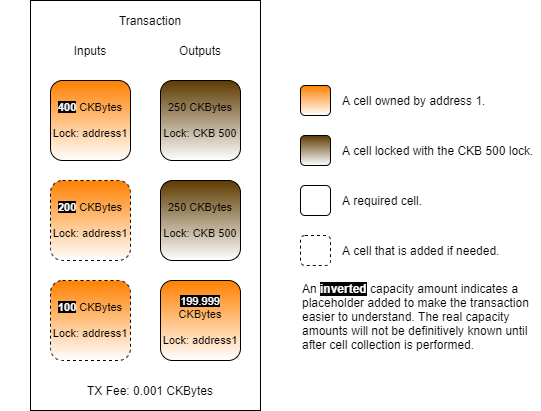
jordanmack/developer-training-course-documentation keeps this draw.io diagram as .gitbook/assets/create-transaction-structure.png. Above is the earlier version. Source tidied: cells renumbered, new cells last; positions are measured from the earlier drawing's top-left corner, leaving out a move shared by most shapes.
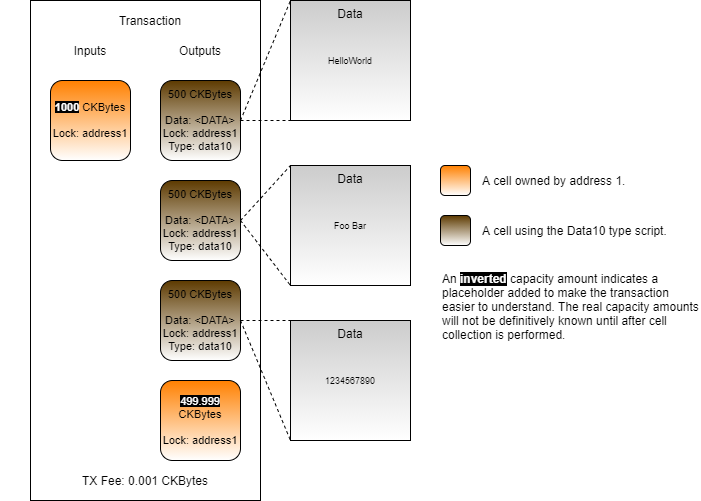
Above is the later version.

The edit, as a diff of the source:
```diff
@@ -3,64 +3,85 @@
     <mxCell id="0" />
     <mxCell id="1" parent="0" />
     <mxCell id="2" style="rounded=0;whiteSpace=wrap;html=1;" parent="1" vertex="1">
-      <mxGeometry x="30" width="230" height="410" as="geometry" />
+      <mxGeometry x="-110" y="-70" width="230" height="500" as="geometry" />
     </mxCell>
     <mxCell id="3" value="Transaction" style="text;html=1;strokeColor=none;fillColor=none;align=center;verticalAlign=middle;whiteSpace=wrap;rounded=0;" parent="1" vertex="1">
-      <mxGeometry y="10" width="300" height="20" as="geometry" />
+      <mxGeometry x="-140" y="-60" width="300" height="20" as="geometry" />
     </mxCell>
     <mxCell id="4" value="Inputs" style="text;html=1;strokeColor=none;fillColor=none;align=center;verticalAlign=middle;whiteSpace=wrap;rounded=0;" parent="1" vertex="1">
-      <mxGeometry x="55" y="40" width="70" height="20" as="geometry" />
+      <mxGeometry x="-85" y="-30" width="70" height="20" as="geometry" />
     </mxCell>
     <mxCell id="5" value="Outputs" style="text;html=1;strokeColor=none;fillColor=none;align=center;verticalAlign=middle;whiteSpace=wrap;rounded=0;" parent="1" vertex="1">
-      <mxGeometry x="165" y="40" width="70" height="20" as="geometry" />
+      <mxGeometry x="25" y="-30" width="70" height="20" as="geometry" />
     </mxCell>
     <mxCell id="6" value="TX Fee: 0.001 CKBytes" style="text;html=1;strokeColor=none;fillColor=none;align=center;verticalAlign=middle;whiteSpace=wrap;rounded=0;" parent="1" vertex="1">
-      <mxGeometry x="50" y="380" width="200" height="20" as="geometry" />
+      <mxGeometry x="-95" y="400" width="200" height="20" as="geometry" />
     </mxCell>
-    <mxCell id="7" value="250 CKBytes&lt;br&gt;&lt;br&gt;Lock: CKB 500" style="rounded=1;whiteSpace=wrap;html=1;fontSize=11;gradientColor=#ffffff;fillColor=#5D3A00;" parent="1" vertex="1">
-      <mxGeometry x="160" y="80" width="80" height="80" as="geometry" />
+    <mxCell id="7" value="500 CKBytes&lt;br&gt;&lt;br&gt;Data: &amp;lt;DATA&amp;gt;&lt;br&gt;Lock: address1&lt;br&gt;Type: data10" style="rounded=1;whiteSpace=wrap;html=1;fontSize=11;gradientColor=#ffffff;fillColor=#5D3A00;" parent="1" vertex="1">
+      <mxGeometry x="20" y="10" width="80" height="80" as="geometry" />
     </mxCell>
-    <mxCell id="8" value="&lt;b&gt;&lt;font style=&quot;background-color: rgb(0 , 0 , 0)&quot; color=&quot;#ffffff&quot;&gt;400&lt;/font&gt;&lt;/b&gt;&amp;nbsp;CKBytes&lt;br&gt;&lt;br&gt;Lock: address1" style="rounded=1;whiteSpace=wrap;html=1;fontSize=11;gradientColor=#ffffff;fillColor=#FF8000;" parent="1" vertex="1">
-      <mxGeometry x="50" y="80" width="80" height="80" as="geometry" />
+    <mxCell id="8" value="&lt;b&gt;&lt;font style=&quot;background-color: rgb(0 , 0 , 0)&quot; color=&quot;#ffffff&quot;&gt;1000&lt;/font&gt;&lt;/b&gt;&amp;nbsp;CKBytes&lt;br&gt;&lt;br&gt;Lock: address1" style="rounded=1;whiteSpace=wrap;html=1;fontSize=11;gradientColor=#ffffff;fillColor=#FF8000;" parent="1" vertex="1">
+      <mxGeometry x="-90" y="10" width="80" height="80" as="geometry" />
     </mxCell>
-    <mxCell id="9" value="250 CKBytes&lt;br&gt;&lt;br&gt;Lock: CKB 500" style="rounded=1;whiteSpace=wrap;html=1;fontSize=11;gradientColor=#ffffff;fillColor=#5D3A00;" parent="1" vertex="1">
-      <mxGeometry x="160" y="180" width="80" height="80" as="geometry" />
-    </mxCell>
-    <mxCell id="10" value="&lt;font color=&quot;#ffffff&quot; style=&quot;background-color: rgb(0 , 0 , 0)&quot;&gt;199.999&lt;/font&gt; CKBytes&lt;br&gt;&lt;br&gt;Lock: address1" style="rounded=1;whiteSpace=wrap;html=1;fontSize=11;gradientColor=#ffffff;fillColor=#FF8000;" parent="1" vertex="1">
-      <mxGeometry x="160" y="280" width="80" height="80" as="geometry" />
+    <mxCell id="10" value="&lt;font color=&quot;#ffffff&quot; style=&quot;background-color: rgb(0 , 0 , 0)&quot;&gt;499.999&lt;/font&gt; CKBytes&lt;br&gt;&lt;br&gt;Lock: address1" style="rounded=1;whiteSpace=wrap;html=1;fontSize=11;gradientColor=#ffffff;fillColor=#FF8000;" parent="1" vertex="1">
+      <mxGeometry x="20" y="310" width="80" height="80" as="geometry" />
     </mxCell>
     <mxCell id="11" style="rounded=1;whiteSpace=wrap;html=1;gradientColor=#ffffff;fillColor=#5D3A00;" parent="1" vertex="1">
-      <mxGeometry x="300" y="135" width="30" height="30" as="geometry" />
+      <mxGeometry x="300" y="145" width="30" height="30" as="geometry" />
     </mxCell>
     <mxCell id="12" style="rounded=1;whiteSpace=wrap;html=1;gradientColor=#ffffff;fillColor=#FF8000;" parent="1" vertex="1">
-      <mxGeometry x="300" y="85" width="30" height="30" as="geometry" />
+      <mxGeometry x="300" y="95" width="30" height="30" as="geometry" />
     </mxCell>
-    <mxCell id="13" style="rounded=1;whiteSpace=wrap;html=1;gradientColor=#ffffff;fillColor=none;" parent="1" vertex="1">
-      <mxGeometry x="300" y="185" width="30" height="30" as="geometry" />
-    </mxCell>
-    <mxCell id="14" style="rounded=1;whiteSpace=wrap;html=1;gradientColor=#ffffff;fillColor=none;dashed=1;" parent="1" vertex="1">
-      <mxGeometry x="300" y="235" width="30" height="30" as="geometry" />
-    </mxCell>
     <mxCell id="15" value="A cell owned by address 1." style="text;html=1;strokeColor=none;fillColor=none;align=left;verticalAlign=middle;whiteSpace=wrap;rounded=0;dashed=1;" parent="1" vertex="1">
-      <mxGeometry x="340" y="90" width="200" height="20" as="geometry" />
+      <mxGeometry x="340" y="100" width="220" height="20" as="geometry" />
     </mxCell>
-    <mxCell id="16" value="A cell locked with the CKB 500 lock." style="text;html=1;strokeColor=none;fillColor=none;align=left;verticalAlign=middle;whiteSpace=wrap;rounded=0;dashed=1;" parent="1" vertex="1">
-      <mxGeometry x="340" y="140" width="200" height="20" as="geometry" />
+    <mxCell id="16" value="A cell using the Data10 type script." style="text;html=1;strokeColor=none;fillColor=none;align=left;verticalAlign=middle;whiteSpace=wrap;rounded=0;dashed=1;" parent="1" vertex="1">
+      <mxGeometry x="340" y="150" width="220" height="20" as="geometry" />
     </mxCell>
-    <mxCell id="17" value="A required cell." style="text;html=1;strokeColor=none;fillColor=none;align=left;verticalAlign=middle;whiteSpace=wrap;rounded=0;dashed=1;" parent="1" vertex="1">
-      <mxGeometry x="340" y="190" width="200" height="20" as="geometry" />
-    </mxCell>
-    <mxCell id="18" value="A cell that is added if needed." style="text;html=1;strokeColor=none;fillColor=none;align=left;verticalAlign=middle;whiteSpace=wrap;rounded=0;dashed=1;" parent="1" vertex="1">
-      <mxGeometry x="340" y="240" width="200" height="20" as="geometry" />
-    </mxCell>
     <mxCell id="19" value="An&amp;nbsp;&lt;b&gt;&lt;font color=&quot;#ffffff&quot; style=&quot;background-color: rgb(0 , 0 , 0)&quot;&gt;inverted&lt;/font&gt;&lt;font color=&quot;#7f00ff&quot;&gt;&amp;nbsp;&lt;/font&gt;&lt;/b&gt;capacity amount indicates a placeholder added to make the transaction easier to understand. The real capacity amounts will not be definitively known until after cell collection is performed." style="text;html=1;strokeColor=none;fillColor=none;align=left;verticalAlign=top;whiteSpace=wrap;rounded=0;dashed=1;" parent="1" vertex="1">
-      <mxGeometry x="300" y="275" width="240" height="80" as="geometry" />
+      <mxGeometry x="300" y="195" width="260" height="80" as="geometry" />
     </mxCell>
-    <mxCell id="20" value="&lt;b&gt;&lt;font style=&quot;background-color: rgb(0 , 0 , 0)&quot; color=&quot;#ffffff&quot;&gt;200&lt;/font&gt;&lt;/b&gt;&amp;nbsp;CKBytes&lt;br&gt;&lt;br&gt;Lock: address1" style="rounded=1;whiteSpace=wrap;html=1;fontSize=11;gradientColor=#ffffff;fillColor=#FF8000;dashed=1;" parent="1" vertex="1">
-      <mxGeometry x="50" y="180" width="80" height="80" as="geometry" />
-    </mxCell>
-    <mxCell id="21" value="&lt;b&gt;&lt;font style=&quot;background-color: rgb(0 , 0 , 0)&quot; color=&quot;#ffffff&quot;&gt;100&lt;/font&gt;&lt;/b&gt;&amp;nbsp;CKBytes&lt;br&gt;&lt;br&gt;Lock: address1" style="rounded=1;whiteSpace=wrap;html=1;fontSize=11;gradientColor=#ffffff;fillColor=#FF8000;dashed=1;" parent="1" vertex="1">
-      <mxGeometry x="50" y="280" width="80" height="80" as="geometry" />
-    </mxCell>
+    <mxCell id="22" value="&lt;div&gt;&lt;span&gt;Data&lt;/span&gt;&lt;/div&gt;" style="rounded=0;whiteSpace=wrap;html=1;gradientColor=#ffffff;fillColor=#CCCCCC;verticalAlign=top;align=center;" parent="1" vertex="1">
+      <mxGeometry x="150" y="-70" width="120" height="120" as="geometry" />
+    </mxCell>
+    <mxCell id="23" style="endArrow=none;dashed=1;html=1;exitX=1;exitY=0.5;exitDx=0;exitDy=0;entryX=0;entryY=0;entryDx=0;entryDy=0;" parent="1" edge="1" source="7" target="22">
+      <mxGeometry relative="1" as="geometry" />
+    </mxCell>
+    <mxCell id="24" style="endArrow=none;dashed=1;html=1;exitX=1;exitY=0.5;exitDx=0;exitDy=0;entryX=0;entryY=1;entryDx=0;entryDy=0;" parent="1" edge="1" source="7" target="22">
+      <mxGeometry relative="1" as="geometry" />
+    </mxCell>
+    <mxCell id="25" value="&lt;div style=&quot;&quot;&gt;&lt;span&gt;HelloWorld&lt;/span&gt;&lt;/div&gt;" style="text;html=1;strokeColor=none;fillColor=none;align=center;verticalAlign=middle;whiteSpace=wrap;rounded=0;fontSize=9;" parent="1" vertex="1">
+      <mxGeometry x="160" y="-32.5" width="100" height="45" as="geometry" />
+    </mxCell>
+    <mxCell id="26" value="500 CKBytes&lt;br&gt;&lt;br&gt;Data: &amp;lt;DATA&amp;gt;&lt;br&gt;Lock: address1&lt;br&gt;Type: data10" style="rounded=1;whiteSpace=wrap;html=1;fontSize=11;gradientColor=#ffffff;fillColor=#5D3A00;" parent="1" vertex="1">
+      <mxGeometry x="20" y="210" width="80" height="80" as="geometry" />
+    </mxCell>
+    <mxCell id="27" value="&lt;div&gt;&lt;span&gt;Data&lt;/span&gt;&lt;/div&gt;" style="rounded=0;whiteSpace=wrap;html=1;gradientColor=#ffffff;fillColor=#CCCCCC;verticalAlign=top;align=center;" parent="1" vertex="1">
+      <mxGeometry x="150" y="250" width="120" height="120" as="geometry" />
+    </mxCell>
+    <mxCell id="28" style="endArrow=none;dashed=1;html=1;exitX=1;exitY=0.5;exitDx=0;exitDy=0;entryX=0;entryY=0;entryDx=0;entryDy=0;" parent="1" edge="1" source="26" target="27">
+      <mxGeometry relative="1" as="geometry" />
+    </mxCell>
+    <mxCell id="29" style="endArrow=none;dashed=1;html=1;exitX=1;exitY=0.5;exitDx=0;exitDy=0;entryX=0;entryY=1;entryDx=0;entryDy=0;" parent="1" edge="1" source="26" target="27">
+      <mxGeometry relative="1" as="geometry" />
+    </mxCell>
+    <mxCell id="30" value="500 CKBytes&lt;br&gt;&lt;br&gt;Data: &amp;lt;DATA&amp;gt;&lt;br&gt;Lock: address1&lt;br&gt;Type: data10" style="rounded=1;whiteSpace=wrap;html=1;fontSize=11;gradientColor=#ffffff;fillColor=#5D3A00;" parent="1" vertex="1">
+      <mxGeometry x="20" y="110" width="80" height="80" as="geometry" />
+    </mxCell>
+    <mxCell id="31" value="&lt;div&gt;&lt;span&gt;Data&lt;/span&gt;&lt;/div&gt;" style="rounded=0;whiteSpace=wrap;html=1;gradientColor=#ffffff;fillColor=#CCCCCC;verticalAlign=top;align=center;" parent="1" vertex="1">
+      <mxGeometry x="150" y="95" width="120" height="120" as="geometry" />
+    </mxCell>
+    <mxCell id="32" style="endArrow=none;dashed=1;html=1;exitX=1;exitY=0.5;exitDx=0;exitDy=0;entryX=0;entryY=0;entryDx=0;entryDy=0;" parent="1" edge="1" source="30" target="31">
+      <mxGeometry relative="1" as="geometry" />
+    </mxCell>
+    <mxCell id="33" style="endArrow=none;dashed=1;html=1;exitX=1;exitY=0.5;exitDx=0;exitDy=0;entryX=0;entryY=1;entryDx=0;entryDy=0;" parent="1" edge="1" source="30" target="31">
+      <mxGeometry relative="1" as="geometry" />
+    </mxCell>
+    <mxCell id="34" value="Foo Bar" style="text;html=1;strokeColor=none;fillColor=none;align=center;verticalAlign=middle;whiteSpace=wrap;rounded=0;fontSize=9;" parent="1" vertex="1">
+      <mxGeometry x="160" y="132.5" width="100" height="45" as="geometry" />
+    </mxCell>
+    <mxCell id="35" value="1234567890" style="text;html=1;strokeColor=none;fillColor=none;align=center;verticalAlign=middle;whiteSpace=wrap;rounded=0;fontSize=9;" parent="1" vertex="1">
+      <mxGeometry x="160" y="287.5" width="100" height="45" as="geometry" />
+    </mxCell>
   </root>
 </mxGraphModel>
```
